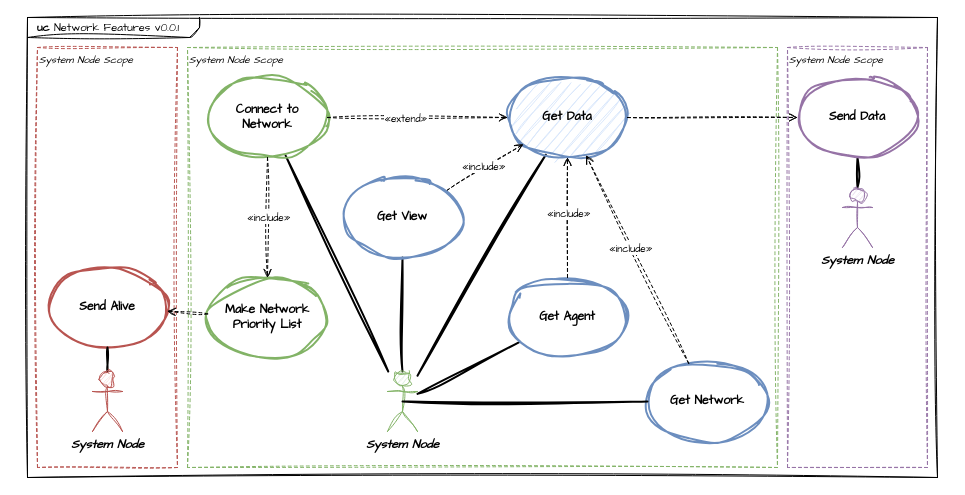
Earlier version of the draw.io diagram page "uc-network" (1 of 2) of doc/network.drawio (dhbmarcos/data-relay). Source tidied: cells renumbered, new cells numbered last; positions are measured from the earlier drawing's top-left corner, leaving out a move shared by most shapes. Both pictures are drawn from the tidied source at 100%, with x=0, y=0 at pixel (27, 17).
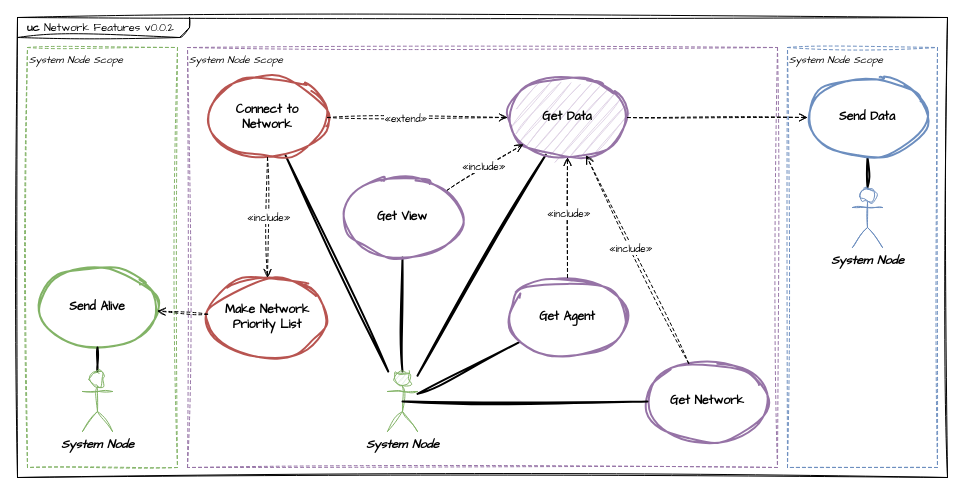
Above is the later version.

What changed in the source:
```diff
@@
-    <mxCell id="2" value="&lt;p style=&quot;margin:0px;margin-top:4px;margin-left:10px;text-align:left;&quot;&gt;&lt;b&gt;uc&lt;/b&gt;   Network Features v0.0.1&lt;/p&gt;" style="html=1;shape=mxgraph.sysml.package;align=left;spacingLeft=5;verticalAlign=top;spacingTop=-3;labelX=172.67;html=1;overflow=fill;fontFamily=Comic Sans MS;fontSize=11;labelBackgroundColor=none;fillColor=default;strokeColor=default;fontColor=default;sketch=1;curveFitting=1;jiggle=2;" parent="1" vertex="1">
-      <mxGeometry width="910" height="460" as="geometry" />
+    <mxCell id="2" value="&lt;p style=&quot;margin:0px;margin-top:4px;margin-left:10px;text-align:left;&quot;&gt;&lt;b&gt;uc&lt;/b&gt;   Network Features v0.0.2&lt;/p&gt;&lt;p style=&quot;margin:0px;margin-top:4px;margin-left:10px;text-align:left;&quot;&gt;&lt;br&gt;&lt;/p&gt;" style="html=1;shape=mxgraph.sysml.package;align=left;spacingLeft=5;verticalAlign=top;spacingTop=-3;labelX=172.67;html=1;overflow=fill;fontFamily=Comic Sans MS;fontSize=11;labelBackgroundColor=none;fillColor=default;strokeColor=default;fontColor=default;sketch=1;curveFitting=1;jiggle=2;" parent="1" vertex="1">
+      <mxGeometry x="-10" width="930" height="460" as="geometry" />
     </mxCell>
-    <mxCell id="3" value="System Node Scope" style="rounded=0;whiteSpace=wrap;html=1;fontFamily=Comic Sans MS;fontSize=10;labelBackgroundColor=default;dashed=1;verticalAlign=top;align=left;fontStyle=2;sketch=1;curveFitting=1;jiggle=2;fillColor=none;strokeColor=#82b366;" parent="1" vertex="1">
+    <mxCell id="3" value="System Node Scope" style="rounded=0;whiteSpace=wrap;html=1;fontFamily=Comic Sans MS;fontSize=10;labelBackgroundColor=default;dashed=1;verticalAlign=top;align=left;fontStyle=2;sketch=1;curveFitting=1;jiggle=2;fillColor=none;strokeColor=#9673a6;" parent="1" vertex="1">
       <mxGeometry x="160" y="30" width="590" height="420" as="geometry" />
     </mxCell>
-    <mxCell id="4" value="System Node Scope" style="rounded=0;whiteSpace=wrap;html=1;fontFamily=Comic Sans MS;fontSize=10;labelBackgroundColor=default;dashed=1;verticalAlign=top;align=left;fontStyle=2;sketch=1;curveFitting=1;jiggle=2;fillColor=none;strokeColor=#9673a6;" parent="1" vertex="1">
-      <mxGeometry x="760" y="30" width="140" height="420" as="geometry" />
+    <mxCell id="4" value="System Node Scope" style="rounded=0;whiteSpace=wrap;html=1;fontFamily=Comic Sans MS;fontSize=10;labelBackgroundColor=default;dashed=1;verticalAlign=top;align=left;fontStyle=2;sketch=1;curveFitting=1;jiggle=2;fillColor=none;strokeColor=#6c8ebf;" parent="1" vertex="1">
+      <mxGeometry x="760" y="30" width="150" height="420" as="geometry" />
     </mxCell>
-    <mxCell id="5" value="System Node Scope" style="rounded=0;whiteSpace=wrap;html=1;fontFamily=Comic Sans MS;fontSize=10;labelBackgroundColor=default;dashed=1;verticalAlign=top;align=left;fontStyle=2;sketch=1;curveFitting=1;jiggle=2;fillColor=none;strokeColor=#b85450;" parent="1" vertex="1">
-      <mxGeometry x="10" y="30" width="140" height="420" as="geometry" />
+    <mxCell id="5" value="System Node Scope" style="rounded=0;whiteSpace=wrap;html=1;fontFamily=Comic Sans MS;fontSize=10;labelBackgroundColor=default;dashed=1;verticalAlign=top;align=left;fontStyle=2;sketch=1;curveFitting=1;jiggle=2;fillColor=none;strokeColor=#82b366;" parent="1" vertex="1">
+      <mxGeometry y="30" width="150" height="420" as="geometry" />
     </mxCell>
@@
-    <mxCell id="11" value="Connect to&lt;div&gt;Network&lt;/div&gt;" style="ellipse;whiteSpace=wrap;html=1;fontStyle=1;strokeWidth=2;sketch=1;curveFitting=1;jiggle=2;fontFamily=Comic Sans MS;fillColor=none;strokeColor=#82b366;" parent="1" vertex="1">
+    <mxCell id="11" value="Connect to&lt;div&gt;Network&lt;/div&gt;" style="ellipse;whiteSpace=wrap;html=1;fontStyle=1;strokeWidth=2;sketch=1;curveFitting=1;jiggle=2;fontFamily=Comic Sans MS;fillColor=none;strokeColor=#b85450;" parent="1" vertex="1">
       <mxGeometry x="180" y="60" width="120" height="80" as="geometry" />
     </mxCell>
-    <mxCell id="12" value="Get Data" style="ellipse;whiteSpace=wrap;html=1;fontStyle=1;strokeWidth=2;sketch=1;curveFitting=1;jiggle=2;fontFamily=Comic Sans MS;fillColor=#dae8fc;strokeColor=#6c8ebf;" parent="1" vertex="1">
+    <mxCell id="12" value="Get Data" style="ellipse;whiteSpace=wrap;html=1;fontStyle=1;strokeWidth=2;sketch=1;curveFitting=1;jiggle=2;fontFamily=Comic Sans MS;fillColor=#e1d5e7;strokeColor=#9673a6;" parent="1" vertex="1">
       <mxGeometry x="480" y="60" width="120" height="80" as="geometry" />
     </mxCell>
-    <mxCell id="13" value="Get Agent" style="ellipse;whiteSpace=wrap;html=1;fontStyle=1;strokeWidth=2;sketch=1;curveFitting=1;jiggle=2;fontFamily=Comic Sans MS;fillColor=none;strokeColor=#6c8ebf;" parent="1" vertex="1">
+    <mxCell id="13" value="Get Agent" style="ellipse;whiteSpace=wrap;html=1;fontStyle=1;strokeWidth=2;sketch=1;curveFitting=1;jiggle=2;fontFamily=Comic Sans MS;fillColor=none;strokeColor=#9673a6;" parent="1" vertex="1">
       <mxGeometry x="480" y="260" width="120" height="80" as="geometry" />
     </mxCell>
@@
-    <mxCell id="16" value="Get View" style="ellipse;whiteSpace=wrap;html=1;fontStyle=1;strokeWidth=2;sketch=1;curveFitting=1;jiggle=2;fontFamily=Comic Sans MS;fillColor=none;strokeColor=#6c8ebf;" parent="1" vertex="1">
+    <mxCell id="16" value="Get View" style="ellipse;whiteSpace=wrap;html=1;fontStyle=1;strokeWidth=2;sketch=1;curveFitting=1;jiggle=2;fontFamily=Comic Sans MS;fillColor=none;strokeColor=#9673a6;" parent="1" vertex="1">
       <mxGeometry x="315" y="160" width="120" height="80" as="geometry" />
     </mxCell>
@@
-    <mxCell id="18" value="System Node" style="shape=umlActor;verticalLabelPosition=bottom;verticalAlign=top;html=1;outlineConnect=0;fontStyle=3;sketch=1;curveFitting=1;jiggle=2;fontFamily=Comic Sans MS;fillColor=#e1d5e7;strokeColor=#9673a6;" parent="1" vertex="1">
-      <mxGeometry x="815" y="170" width="30" height="60" as="geometry" />
+    <mxCell id="18" value="System Node" style="shape=umlActor;verticalLabelPosition=bottom;verticalAlign=top;html=1;outlineConnect=0;fontStyle=3;sketch=1;curveFitting=1;jiggle=2;fontFamily=Comic Sans MS;fillColor=none;strokeColor=#6c8ebf;" parent="1" vertex="1">
+      <mxGeometry x="825" y="170" width="30" height="60" as="geometry" />
     </mxCell>
-    <mxCell id="19" value="Send Data" style="ellipse;whiteSpace=wrap;html=1;fontStyle=1;strokeWidth=2;sketch=1;curveFitting=1;jiggle=2;fontFamily=Comic Sans MS;fillColor=none;strokeColor=#9673a6;" parent="1" vertex="1">
-      <mxGeometry x="770" y="60" width="120" height="80" as="geometry" />
+    <mxCell id="19" value="Send Data" style="ellipse;whiteSpace=wrap;html=1;fontStyle=1;strokeWidth=2;sketch=1;curveFitting=1;jiggle=2;fontFamily=Comic Sans MS;fillColor=none;strokeColor=#6c8ebf;" parent="1" vertex="1">
+      <mxGeometry x="780" y="60" width="120" height="80" as="geometry" />
     </mxCell>
-    <mxCell id="20" value="Make Network&lt;div&gt;Priority List&lt;/div&gt;" style="ellipse;whiteSpace=wrap;html=1;fontStyle=1;strokeWidth=2;sketch=1;curveFitting=1;jiggle=2;fontFamily=Comic Sans MS;fillColor=none;strokeColor=#82b366;" parent="1" vertex="1">
+    <mxCell id="20" value="Make Network&lt;div&gt;Priority List&lt;/div&gt;" style="ellipse;whiteSpace=wrap;html=1;fontStyle=1;strokeWidth=2;sketch=1;curveFitting=1;jiggle=2;fontFamily=Comic Sans MS;fillColor=none;strokeColor=#b85450;" parent="1" vertex="1">
       <mxGeometry x="180" y="260" width="120" height="80" as="geometry" />
     </mxCell>
-    <mxCell id="21" value="Send Alive" style="ellipse;whiteSpace=wrap;html=1;fontStyle=1;strokeWidth=2;sketch=1;curveFitting=1;jiggle=2;fontFamily=Comic Sans MS;fillColor=none;strokeColor=#b85450;" parent="1" vertex="1">
-      <mxGeometry x="20" y="250" width="120" height="80" as="geometry" />
+    <mxCell id="21" value="Send Alive" style="ellipse;whiteSpace=wrap;html=1;fontStyle=1;strokeWidth=2;sketch=1;curveFitting=1;jiggle=2;fontFamily=Comic Sans MS;fillColor=none;strokeColor=#82b366;" parent="1" vertex="1">
+      <mxGeometry x="10" y="250" width="120" height="80" as="geometry" />
     </mxCell>
@@
-    <mxCell id="23" value="System Node" style="shape=umlActor;verticalLabelPosition=bottom;verticalAlign=top;html=1;outlineConnect=0;fontStyle=3;sketch=1;curveFitting=1;jiggle=2;fontFamily=Comic Sans MS;fillColor=#f8cecc;strokeColor=#b85450;" parent="1" vertex="1">
-      <mxGeometry x="65" y="354" width="30" height="60" as="geometry" />
+    <mxCell id="23" value="System Node" style="shape=umlActor;verticalLabelPosition=bottom;verticalAlign=top;html=1;outlineConnect=0;fontStyle=3;sketch=1;curveFitting=1;jiggle=2;fontFamily=Comic Sans MS;fillColor=none;strokeColor=#82b366;" parent="1" vertex="1">
+      <mxGeometry x="55" y="354" width="30" height="60" as="geometry" />
     </mxCell>
@@
-    <mxCell id="32" value="Get Network" style="ellipse;whiteSpace=wrap;html=1;fontStyle=1;strokeWidth=2;sketch=1;curveFitting=1;jiggle=2;fontFamily=Comic Sans MS;fillColor=none;strokeColor=#6c8ebf;" parent="1" vertex="1">
+    <mxCell id="32" value="Get Network" style="ellipse;whiteSpace=wrap;html=1;fontStyle=1;strokeWidth=2;sketch=1;curveFitting=1;jiggle=2;fontFamily=Comic Sans MS;fillColor=none;strokeColor=#9673a6;" parent="1" vertex="1">
       <mxGeometry x="620" y="344" width="120" height="80" as="geometry" />
     </mxCell>
```
